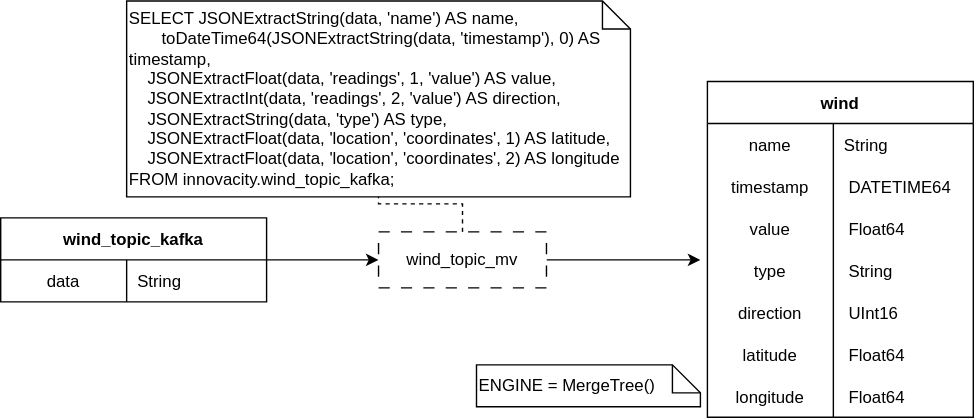
Earlier version of the draw.io export src/3_PB/SpecificaTecnica/DBscheme/DB_Wind.svg (SWATEngineering/Docs). Source tidied: cells renumbered, new cells last; positions are measured from the earlier drawing's top-left corner, leaving out a move shared by most shapes.
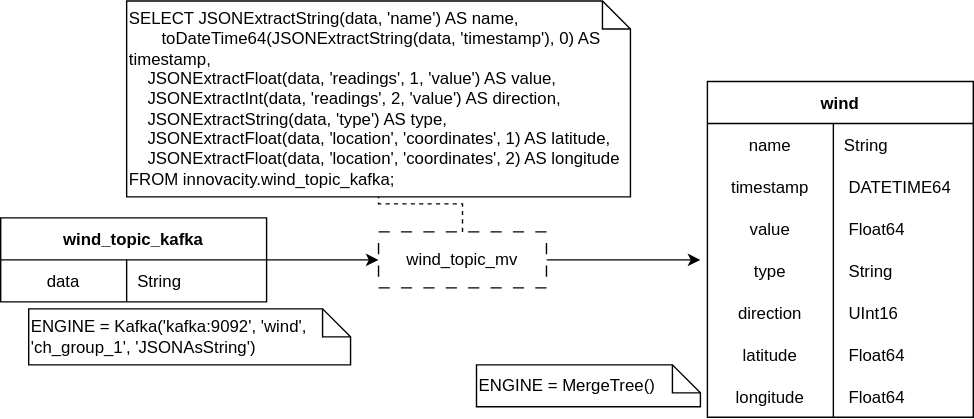
The same file after the commit.

What changed in the source:
```diff
@@ -100,5 +100,8 @@
     <mxCell id="33" value="&lt;div align=&quot;left&quot;&gt;ENGINE = MergeTree()&lt;/div&gt;" style="shape=note;size=20;whiteSpace=wrap;html=1;align=left;" parent="1" vertex="1">
       <mxGeometry x="340" y="260" width="160" height="30" as="geometry" />
     </mxCell>
+    <mxCell id="34" value="ENGINE = Kafka('kafka:9092', 'wind', 'ch_group_1', 'JSONAsString')" style="shape=note;size=20;whiteSpace=wrap;html=1;align=left;" parent="1" vertex="1">
+      <mxGeometry x="20" y="220" width="230" height="40" as="geometry" />
+    </mxCell>
   </root>
 </mxGraphModel>
```
